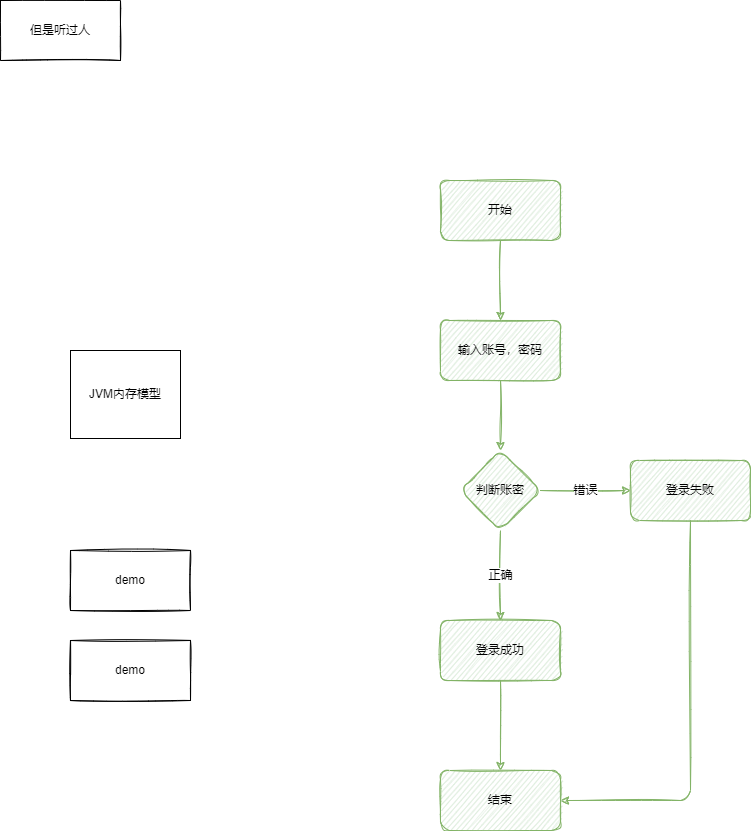
pipisay/draw keeps this draw.io diagram as demo.png. Above is the earlier version. Source tidied: cells renumbered, new cells last; positions are measured from the earlier drawing's top-left corner, leaving out a move shared by most shapes.
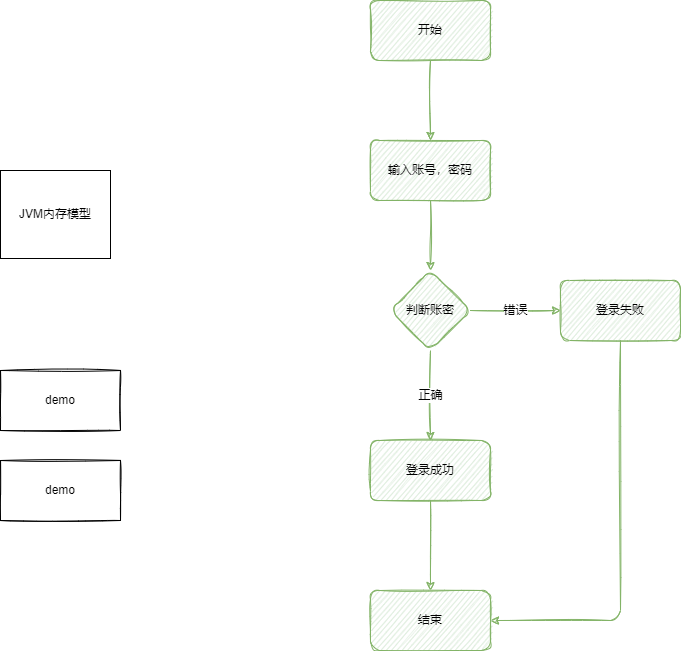
The same file after the commit.

What changed in the source:
```diff
@@ -48,8 +48,5 @@
       <mxGeometry x="70" y="640" width="120" height="60" as="geometry" />
     </mxCell>
     <mxCell id="17" value="图层2" parent="0" />
-    <mxCell id="18" value="但是听过人" style="rounded=0;whiteSpace=wrap;html=1;sketch=1;" parent="17" vertex="1">
-      <mxGeometry width="120" height="60" as="geometry" />
-    </mxCell>
   </root>
 </mxGraphModel>
```
